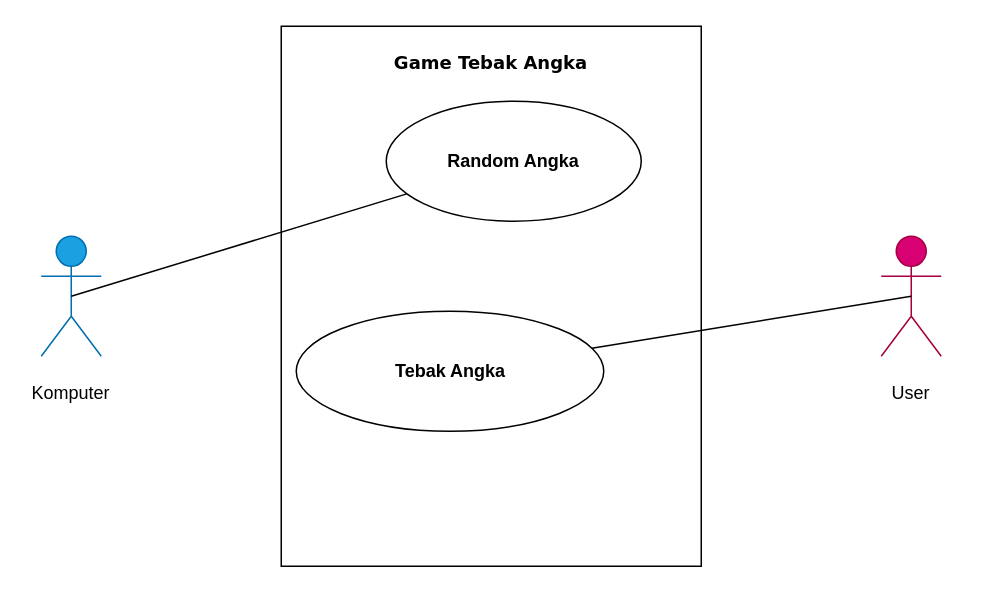
This is Use-cas.drawio from Wijdannn/jobsheet1, a draw.io file, before an edit. Source tidied: cells renumbered, new cells numbered last; positions are measured from the earlier drawing's top-left corner, leaving out a move shared by most shapes. Both pictures are drawn from the tidied source at 150%, with x=0, y=0 at pixel (26, 26).
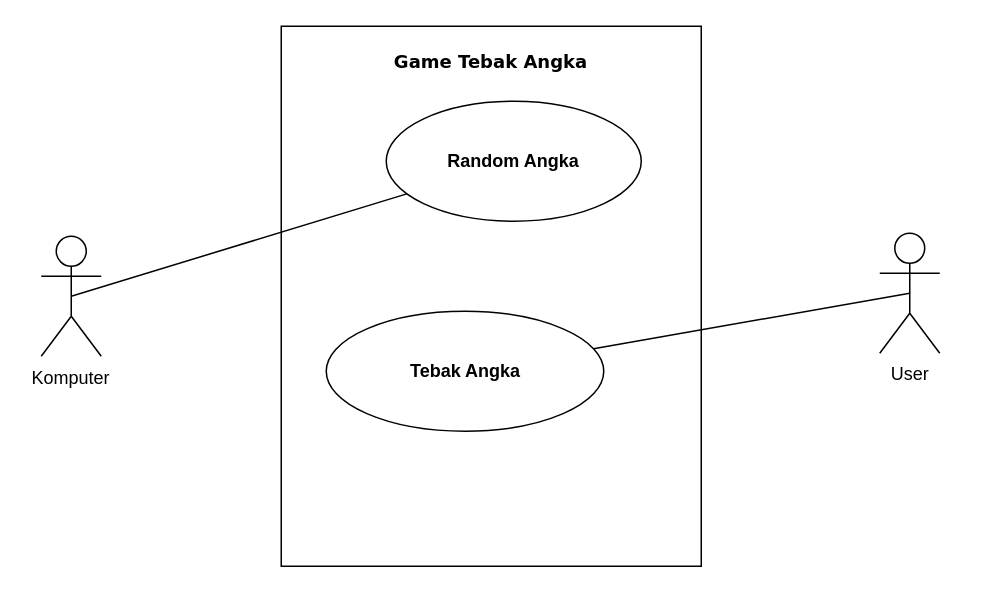
The same page after the edit.

Diff of the diagram source:
```diff
@@
 <mxGraphModel>
   <root>
     <mxCell id="0" />
     <mxCell id="1" parent="0" />
     <mxCell id="2" style="rounded=0;whiteSpace=wrap;html=1;" parent="1" vertex="1">
       <mxGeometry x="170" width="280" height="360" as="geometry" />
     </mxCell>
-    <mxCell id="3" value="Komputer" style="shape=umlActor;verticalLabelPosition=bottom;verticalAlign=top;html=1;outlineConnect=0;fillColor=#1ba1e2;strokeColor=#006EAF;fontColor=#ffffff;" parent="1" vertex="1">
+    <mxCell id="3" value="&lt;br&gt;" style="shape=umlActor;verticalLabelPosition=bottom;verticalAlign=top;html=1;outlineConnect=0;" parent="1" vertex="1">
       <mxGeometry x="10" y="140" width="40" height="80" as="geometry" />
     </mxCell>
-    <mxCell id="4" value="User" style="shape=umlActor;verticalLabelPosition=bottom;verticalAlign=top;html=1;outlineConnect=0;fillColor=#d80073;fontColor=#ffffff;strokeColor=#A50040;" parent="1" vertex="1">
-      <mxGeometry x="570" y="140" width="40" height="80" as="geometry" />
+    <mxCell id="4" value="User" style="shape=umlActor;verticalLabelPosition=bottom;verticalAlign=top;html=1;outlineConnect=0;" parent="1" vertex="1">
+      <mxGeometry x="569" y="138" width="40" height="80" as="geometry" />
     </mxCell>
-    <mxCell id="5" value="Game Tebak Angka" style="text;html=1;strokeColor=none;fillColor=none;align=center;verticalAlign=middle;whiteSpace=wrap;rounded=0;fontStyle=1;fontFamily=Verdana;" parent="1" vertex="1">
+    <mxCell id="5" value="Game Tebak Angka" style="text;html=1;strokeColor=none;fillColor=none;align=center;verticalAlign=top;whiteSpace=wrap;rounded=0;fontStyle=1;fontFamily=Verdana;fontSize=12;" parent="1" vertex="1">
       <mxGeometry x="240" y="10" width="140" height="30" as="geometry" />
     </mxCell>
     <mxCell id="6" style="ellipse;whiteSpace=wrap;html=1;" parent="1" vertex="1">
       <mxGeometry x="240" y="50" width="170" height="80" as="geometry" />
     </mxCell>
     <mxCell id="7" style="ellipse;whiteSpace=wrap;html=1;" parent="1" vertex="1">
-      <mxGeometry x="180" y="190" width="205" height="80" as="geometry" />
+      <mxGeometry x="200" y="190" width="185" height="80" as="geometry" />
     </mxCell>
     <mxCell id="8" style="endArrow=none;html=1;rounded=0;exitX=0.5;exitY=0.5;exitDx=0;exitDy=0;exitPerimeter=0;" parent="1" edge="1" source="3" target="6">
       <mxGeometry relative="1" as="geometry" />
     </mxCell>
     <mxCell id="9" style="endArrow=none;html=1;rounded=0;entryX=0.5;entryY=0.5;entryDx=0;entryDy=0;entryPerimeter=0;" parent="1" edge="1" source="7" target="4">
       <mxGeometry relative="1" as="geometry" />
     </mxCell>
     <mxCell id="10" value="Random Angka" style="text;html=1;strokeColor=none;fillColor=none;align=center;verticalAlign=middle;whiteSpace=wrap;rounded=0;fontStyle=1;" parent="1" vertex="1">
       <mxGeometry x="280" y="75" width="90" height="30" as="geometry" />
     </mxCell>
     <mxCell id="11" value="Tebak Angka" style="text;html=1;strokeColor=none;fillColor=none;align=center;verticalAlign=middle;whiteSpace=wrap;rounded=0;fontStyle=1;" parent="1" vertex="1">
-      <mxGeometry x="237.5" y="215" width="90" height="30" as="geometry" />
+      <mxGeometry x="247.5" y="215" width="90" height="30" as="geometry" />
     </mxCell>
     <mxCell id="12" value="Komputer" style="text;html=1;strokeColor=none;fillColor=none;align=center;verticalAlign=middle;whiteSpace=wrap;rounded=0;" parent="1" vertex="1">
-      <mxGeometry y="230" width="60" height="30" as="geometry" />
+      <mxGeometry y="220" width="60" height="30" as="geometry" />
     </mxCell>
-    <mxCell id="13" value="User" style="text;html=1;strokeColor=none;fillColor=none;align=center;verticalAlign=middle;whiteSpace=wrap;rounded=0;" parent="1" vertex="1">
-      <mxGeometry x="560" y="230" width="60" height="30" as="geometry" />
-    </mxCell>
   </root>
 </mxGraphModel>
```
